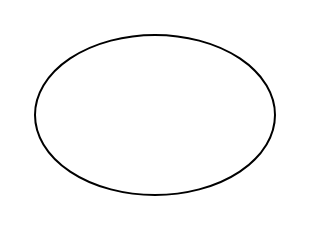
lyuavery/draw_io keeps this draw.io diagram as Diagrams/Unity多线程渲染模型.drawio. Above is the earlier version. Source tidied: cells renumbered, new cells numbered last; positions are measured from the earlier drawing's top-left corner, leaving out a move shared by most shapes. Both pictures are drawn from the tidied source at 200%, with x=0, y=0 at pixel (34, 34).
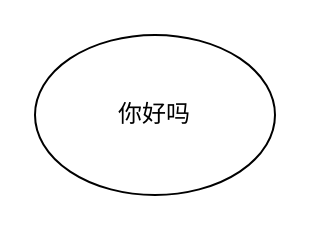
Above is the later version.

Commit message (it also covers changes not shown here):
更新Unity多线程渲染模型.drawio

What changed in the source:
```diff
@@
 <mxGraphModel>
   <root>
     <mxCell id="0" />
     <mxCell id="1" parent="0" />
-    <mxCell id="2" style="ellipse;whiteSpace=wrap;html=1;" parent="1" vertex="1">
+    <mxCell id="2" value="你好吗" style="ellipse;whiteSpace=wrap;html=1;" parent="1" vertex="1">
       <mxGeometry width="120" height="80" as="geometry" />
     </mxCell>
   </root>
 </mxGraphModel>
```
